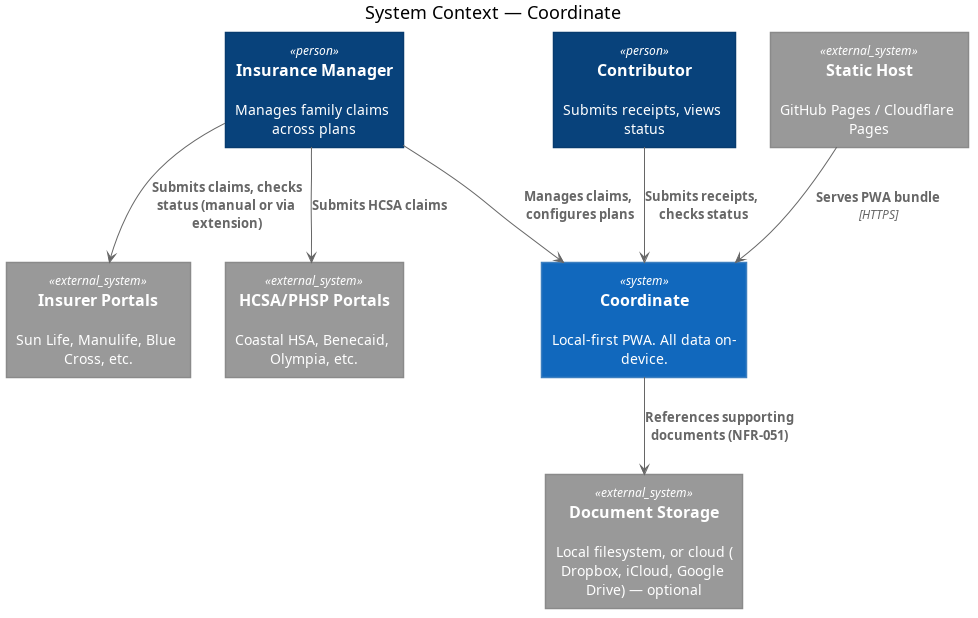
hallb/coordinate keeps this PlantUML diagram as docs/02-solution/diagrams/system-context.png. Above is the earlier version.
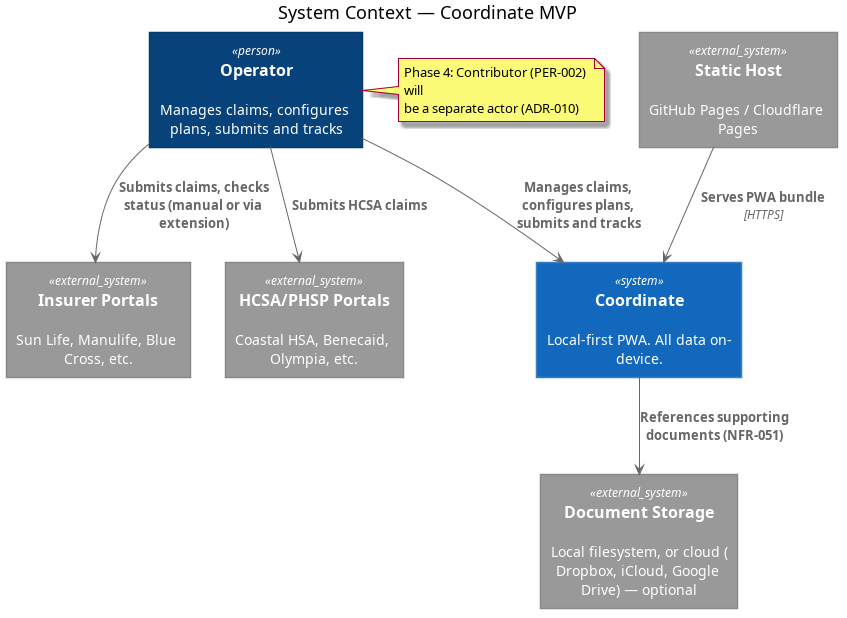
Later version of the same file.

Diff of the diagram source:
```diff
@@ -107,10 +107,9 @@
 
 
 
-title System Context — Coordinate
+title System Context — Coordinate MVP
 
-rectangle "==Insurance Manager\n\n Manages family claims across plans" <<person>> as user
-rectangle "==Contributor\n\n Submits receipts, views status" <<person>> as contributor
+rectangle "==Operator\n\n Manages claims, configures plans, submits and tracks" <<person>> as operator
 
 rectangle "==Coordinate\n\n Local-first PWA. All data on-device." <<system>> as coordinate
 
@@ -120,9 +119,13 @@
 rectangle "==Document Storage\n\n Local filesystem, or cloud (Dropbox, iCloud, Google Drive) — optional" <<external_system>> as docStorage
 
 staticHost --> coordinate : "===Serves PWA bundle\n//<size:12>[HTTPS]</size>//"
-user --> coordinate : "===Manages claims, configures plans"
-contributor --> coordinate : "===Submits receipts, checks status"
-user --> insurerPortal : "===Submits claims, checks status (manual or via extension)"
-user --> hcsaPortal : "===Submits HCSA claims"
+operator --> coordinate : "===Manages claims, configures plans, submits and tracks"
+operator --> insurerPortal : "===Submits claims, checks status (manual or via extension)"
+operator --> hcsaPortal : "===Submits HCSA claims"
 coordinate --> docStorage : "===References supporting documents (NFR-051)"
+
+note right of operator
+  Phase 4: Contributor (PER-002) will
+  be a separate actor (ADR-010)
+end note
 @enduml
```
